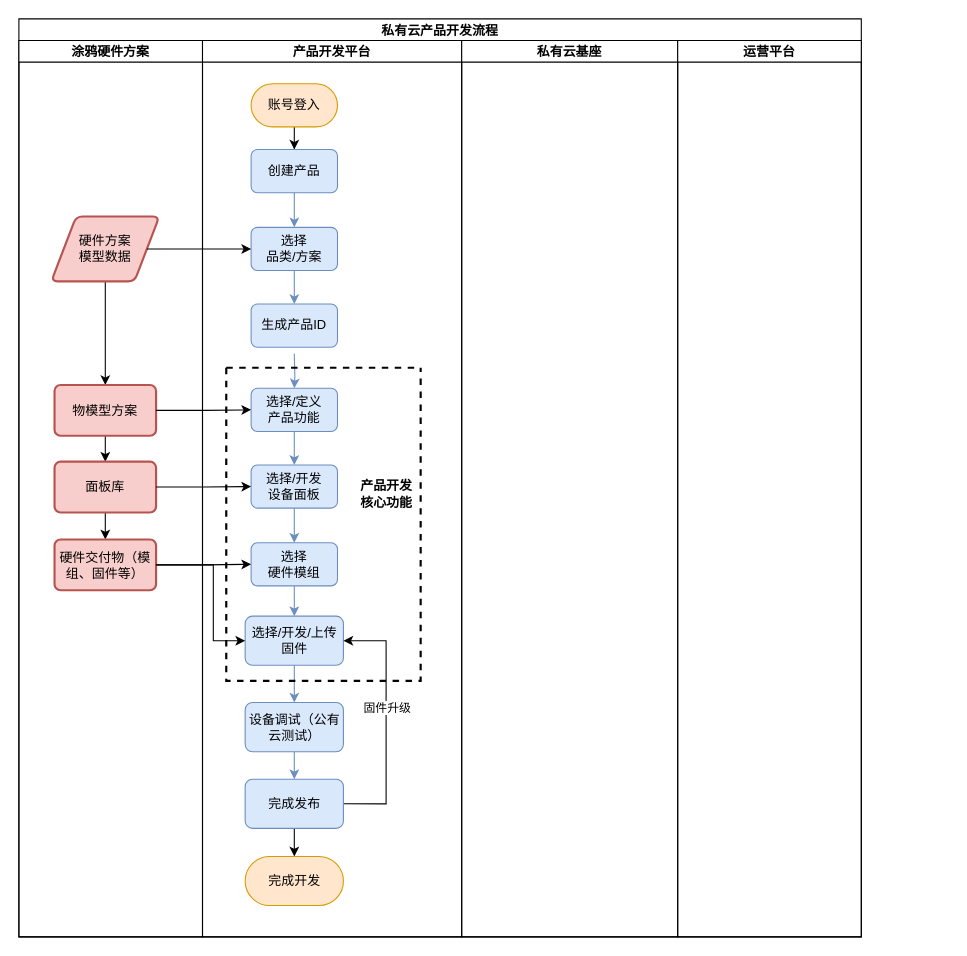
Earlier version of the draw.io diagram Cube_workflow.drawio (Sidamor/drawio). Source tidied: cells renumbered, new cells numbered last; positions are measured from the earlier drawing's top-left corner, leaving out a move shared by most shapes. Both pictures are drawn from the tidied source at 108%, with x=0, y=0 at pixel (18, 18).
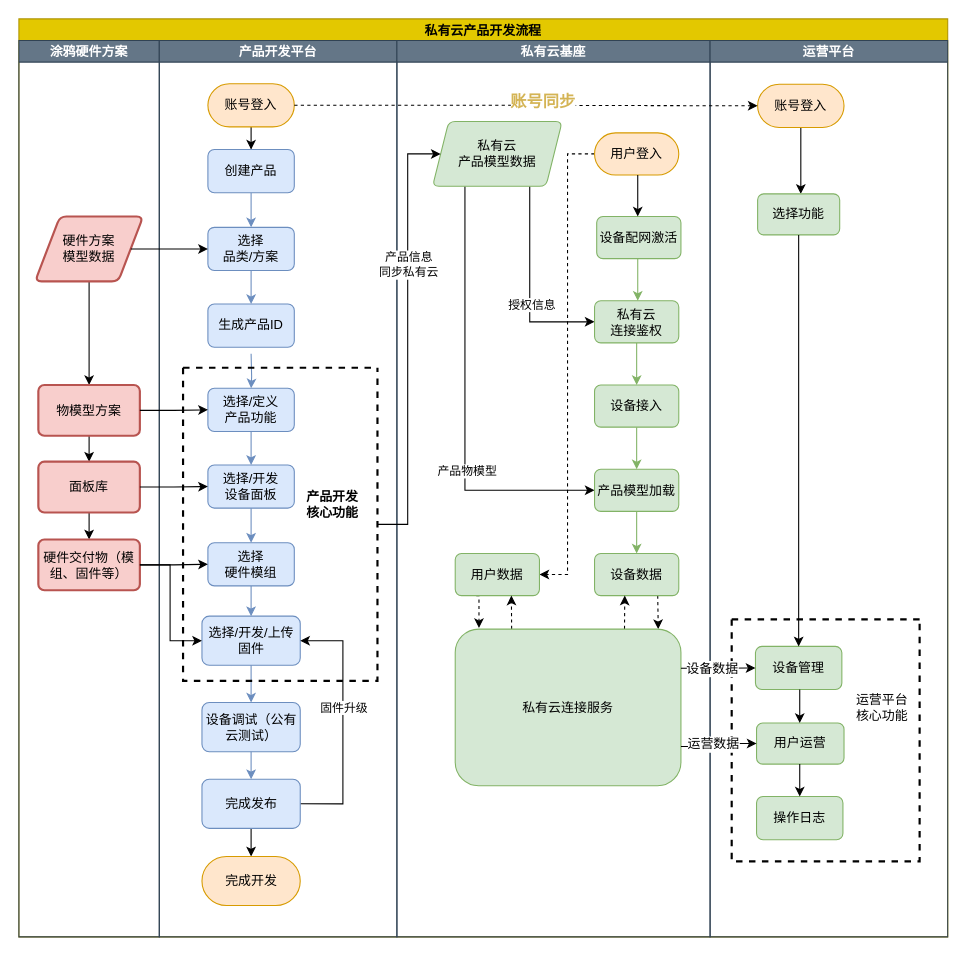
The same diagram, later.

Unchanged cells that the change refers to:
```xml
<mxCell id="13" value="账号登入" style="rounded=1;whiteSpace=wrap;html=1;arcSize=50;fillColor=#ffe6cc;strokeColor=#d79b00;" parent="11" vertex="1">
  <mxGeometry x="45" y="40" width="80" height="40" as="geometry" />
</mxCell>
<mxCell id="26" value="选择/开发/上传固件" style="whiteSpace=wrap;html=1;rounded=1;fillColor=#dae8fc;strokeColor=#6c8ebf;" parent="11" vertex="1">
  <mxGeometry x="39.5" y="533" width="91" height="45.5" as="geometry" />
</mxCell>
<mxCell id="35" style="swimlane;startSize=0;fillColor=none;strokeWidth=2;dashed=1;" parent="11" vertex="1">
  <mxGeometry x="22" y="303" width="180" height="290" as="geometry" />
</mxCell>
```

Change to the diagram source:
```diff
@@
-    <mxCell id="2" value="私有云产品开发流程" style="swimlane;startSize=20;" parent="1" vertex="1">
-      <mxGeometry width="780" height="850" as="geometry" />
+    <mxCell id="2" value="私有云产品开发流程" style="swimlane;startSize=20;fillColor=#e3c800;fontColor=#000000;strokeColor=#B09500;" parent="1" vertex="1">
+      <mxGeometry width="860" height="850" as="geometry" />
     </mxCell>
-    <mxCell id="3" value="涂鸦硬件方案" style="swimlane;startSize=20;" parent="2" vertex="1">
-      <mxGeometry y="20" width="170" height="830" as="geometry" />
+    <mxCell id="3" value="涂鸦硬件方案" style="swimlane;startSize=20;fillColor=#647687;fontColor=#ffffff;strokeColor=#314354;" parent="2" vertex="1">
+      <mxGeometry y="20" width="130" height="830" as="geometry" />
     </mxCell>
@@
     <mxCell id="5" value="硬件方案&lt;br&gt;模型数据" style="shape=parallelogram;html=1;strokeWidth=2;perimeter=parallelogramPerimeter;whiteSpace=wrap;rounded=1;arcSize=12;size=0.23;fillColor=#f8cecc;strokeColor=#b85450;" parent="3" vertex="1">
-      <mxGeometry x="30" y="163" width="100" height="60" as="geometry" />
+      <mxGeometry x="15" y="163" width="100" height="60" as="geometry" />
     </mxCell>
@@
     <mxCell id="7" value="物模型方案" style="whiteSpace=wrap;html=1;strokeWidth=2;rounded=1;arcSize=12;fillColor=#f8cecc;strokeColor=#b85450;" parent="3" vertex="1">
-      <mxGeometry x="33" y="319" width="94" height="47" as="geometry" />
+      <mxGeometry x="18" y="319" width="94" height="47" as="geometry" />
     </mxCell>
@@
     <mxCell id="9" value="面板库" style="whiteSpace=wrap;html=1;strokeWidth=2;rounded=1;arcSize=12;fillColor=#f8cecc;strokeColor=#b85450;" parent="3" vertex="1">
-      <mxGeometry x="33" y="390" width="94" height="47" as="geometry" />
+      <mxGeometry x="18" y="390" width="94" height="47" as="geometry" />
     </mxCell>
     <mxCell id="10" value="硬件交付物（模组、固件等）" style="whiteSpace=wrap;html=1;strokeWidth=2;rounded=1;arcSize=12;fillColor=#f8cecc;strokeColor=#b85450;" parent="3" vertex="1">
-      <mxGeometry x="33" y="462" width="94" height="47" as="geometry" />
+      <mxGeometry x="18" y="462" width="94" height="47" as="geometry" />
     </mxCell>
-    <mxCell id="11" value="产品开发平台" style="swimlane;startSize=20;" parent="2" vertex="1">
-      <mxGeometry x="170" y="20" width="240" height="830" as="geometry" />
+    <mxCell id="11" value="产品开发平台" style="swimlane;startSize=20;fillColor=#647687;fontColor=#ffffff;strokeColor=#314354;" parent="2" vertex="1">
+      <mxGeometry x="130" y="20" width="220" height="830" as="geometry" />
     </mxCell>
@@
+    <mxCell id="43" value="产品开发&lt;br&gt;核心功能" style="text;html=1;align=center;verticalAlign=middle;strokeColor=none;fillColor=none;fontStyle=1;" parent="35" vertex="1">
+      <mxGeometry x="103" y="107" width="70" height="40" as="geometry" />
+    </mxCell>
-    <mxCell id="36" value="私有云基座" style="swimlane;startSize=20;" parent="2" vertex="1">
-      <mxGeometry x="410" y="20" width="200" height="830" as="geometry" />
+    <mxCell id="36" value="私有云基座" style="swimlane;startSize=20;fillColor=#647687;fontColor=#ffffff;strokeColor=#314354;" parent="2" vertex="1">
+      <mxGeometry x="350" y="20" width="290" height="830" as="geometry" />
     </mxCell>
+    <mxCell id="44" style="edgeStyle=elbowEdgeStyle;rounded=0;jettySize=auto;html=1;exitX=0.75;exitY=1;exitDx=0;exitDy=0;" parent="36" edge="1" source="48" target="52">
+      <mxGeometry relative="1" as="geometry">
+        <Array as="points">
+          <mxPoint x="123" y="155" />
+        </Array>
+      </mxGeometry>
+    </mxCell>
+    <mxCell id="45" value="授权信息" style="edgeLabel;html=1;align=center;verticalAlign=middle;" parent="44" vertex="1">
+      <mxGeometry x="0.18" y="1" relative="1" as="geometry" />
+    </mxCell>
+    <mxCell id="46" style="edgeStyle=elbowEdgeStyle;rounded=0;jettySize=auto;html=1;exitX=0.25;exitY=1;exitDx=0;exitDy=0;entryX=0;entryY=0.5;entryDx=0;entryDy=0;" parent="36" edge="1" source="48" target="56">
+      <mxGeometry relative="1" as="geometry">
+        <Array as="points">
+          <mxPoint x="63" y="185" />
+        </Array>
+      </mxGeometry>
+    </mxCell>
+    <mxCell id="47" value="产品物模型" style="edgeLabel;html=1;align=center;verticalAlign=middle;" parent="46" vertex="1">
+      <mxGeometry x="0.31" y="1" relative="1" as="geometry" />
+    </mxCell>
+    <mxCell id="48" value="私有云&lt;br&gt;产品模型数据" style="shape=parallelogram;html=1;strokeWidth=1;perimeter=parallelogramPerimeter;whiteSpace=wrap;rounded=1;arcSize=12;size=0.125;fillColor=#d5e8d4;strokeColor=#82b366;" parent="36" vertex="1">
+      <mxGeometry x="33" y="75" width="120" height="60" as="geometry" />
+    </mxCell>
+    <mxCell id="49" style="edgeStyle=elbowEdgeStyle;rounded=0;jettySize=auto;html=1;exitX=0;exitY=0.5;exitDx=0;exitDy=0;dashed=1;" parent="36" edge="1" source="50" target="60">
+      <mxGeometry relative="1" as="geometry" />
+    </mxCell>
+    <mxCell id="50" value="用户登入" style="rounded=1;whiteSpace=wrap;html=1;strokeWidth=1;fillColor=#ffe6cc;arcSize=50;strokeColor=#d79b00;" parent="36" vertex="1">
+      <mxGeometry x="183" y="85.5" width="78" height="39" as="geometry" />
+    </mxCell>
+    <mxCell id="51" style="edgeStyle=elbowEdgeStyle;rounded=0;jettySize=auto;html=1;fillColor=#d5e8d4;strokeColor=#82b366;" parent="36" edge="1" source="52" target="54">
+      <mxGeometry relative="1" as="geometry" />
+    </mxCell>
+    <mxCell id="52" value="私有云&lt;br&gt;连接鉴权" style="rounded=1;whiteSpace=wrap;html=1;strokeWidth=1;fillColor=#d5e8d4;strokeColor=#82b366;" parent="36" vertex="1">
+      <mxGeometry x="183" y="241" width="78" height="39" as="geometry" />
+    </mxCell>
+    <mxCell id="53" style="edgeStyle=elbowEdgeStyle;rounded=0;jettySize=auto;html=1;fillColor=#d5e8d4;strokeColor=#82b366;" parent="36" edge="1" source="54" target="56">
+      <mxGeometry relative="1" as="geometry" />
+    </mxCell>
+    <mxCell id="54" value="设备接入" style="rounded=1;whiteSpace=wrap;html=1;strokeWidth=1;fillColor=#d5e8d4;strokeColor=#82b366;" parent="36" vertex="1">
+      <mxGeometry x="183" y="319" width="78" height="39" as="geometry" />
+    </mxCell>
+    <mxCell id="55" style="edgeStyle=elbowEdgeStyle;rounded=0;jettySize=auto;html=1;fillColor=#d5e8d4;strokeColor=#82b366;" parent="36" edge="1" source="56" target="58">
+      <mxGeometry relative="1" as="geometry" />
+    </mxCell>
+    <mxCell id="56" value="产品模型加载" style="rounded=1;whiteSpace=wrap;html=1;strokeWidth=1;fillColor=#d5e8d4;strokeColor=#82b366;" parent="36" vertex="1">
+      <mxGeometry x="183" y="397" width="78" height="39" as="geometry" />
+    </mxCell>
+    <mxCell id="57" style="edgeStyle=elbowEdgeStyle;rounded=0;jettySize=auto;html=1;exitX=0.75;exitY=1;exitDx=0;exitDy=0;entryX=0.904;entryY=0;entryDx=0;entryDy=0;entryPerimeter=0;dashed=1;" parent="36" edge="1" source="58" target="63">
+      <mxGeometry relative="1" as="geometry" />
+    </mxCell>
+    <mxCell id="58" value="设备数据" style="rounded=1;whiteSpace=wrap;html=1;strokeWidth=1;fillColor=#d5e8d4;strokeColor=#82b366;" parent="36" vertex="1">
+      <mxGeometry x="183" y="475" width="78" height="39" as="geometry" />
+    </mxCell>
+    <mxCell id="59" style="edgeStyle=elbowEdgeStyle;rounded=0;jettySize=auto;html=1;exitX=0.25;exitY=1;exitDx=0;exitDy=0;entryX=0.105;entryY=-0.007;entryDx=0;entryDy=0;entryPerimeter=0;dashed=1;" parent="36" edge="1" source="60" target="63">
+      <mxGeometry relative="1" as="geometry">
+        <Array as="points">
+          <mxPoint x="76" y="535" />
+        </Array>
+      </mxGeometry>
+    </mxCell>
+    <mxCell id="60" value="用户数据" style="rounded=1;whiteSpace=wrap;html=1;strokeWidth=1;fillColor=#d5e8d4;strokeColor=#82b366;" parent="36" vertex="1">
+      <mxGeometry x="54" y="475" width="78" height="39" as="geometry" />
+    </mxCell>
+    <mxCell id="61" style="edgeStyle=elbowEdgeStyle;rounded=0;jettySize=auto;html=1;exitX=0.75;exitY=0;exitDx=0;exitDy=0;dashed=1;" parent="36" edge="1" source="63" target="58">
+      <mxGeometry relative="1" as="geometry" />
+    </mxCell>
+    <mxCell id="62" style="edgeStyle=elbowEdgeStyle;rounded=0;jettySize=auto;html=1;exitX=0.25;exitY=0;exitDx=0;exitDy=0;dashed=1;" parent="36" edge="1" source="63" target="60">
+      <mxGeometry relative="1" as="geometry" />
+    </mxCell>
+    <mxCell id="63" value="私有云连接服务" style="rounded=1;whiteSpace=wrap;html=1;strokeWidth=1;fillColor=#d5e8d4;strokeColor=#82b366;" parent="36" vertex="1">
+      <mxGeometry x="54" y="545" width="209" height="145" as="geometry" />
+    </mxCell>
+    <mxCell id="64" value="设备配网激活" style="rounded=1;whiteSpace=wrap;html=1;strokeWidth=1;fillColor=#d5e8d4;strokeColor=#82b366;" parent="36" vertex="1">
+      <mxGeometry x="185" y="163" width="78" height="39" as="geometry" />
+    </mxCell>
+    <mxCell id="65" style="edgeStyle=elbowEdgeStyle;rounded=0;jettySize=auto;html=1;" parent="36" edge="1" source="50" target="64">
+      <mxGeometry relative="1" as="geometry" />
+    </mxCell>
+    <mxCell id="66" style="edgeStyle=elbowEdgeStyle;rounded=0;jettySize=auto;html=1;fillColor=#d5e8d4;strokeColor=#82b366;" parent="36" edge="1" source="64" target="52">
+      <mxGeometry relative="1" as="geometry" />
+    </mxCell>
-    <mxCell id="37" value="运营平台" style="swimlane;startSize=20;" parent="2" vertex="1">
-      <mxGeometry x="610" y="20" width="170" height="830" as="geometry" />
+    <mxCell id="37" value="运营平台" style="swimlane;startSize=20;fillColor=#647687;fontColor=#ffffff;strokeColor=#314354;" parent="2" vertex="1">
+      <mxGeometry x="640" y="20" width="220" height="830" as="geometry" />
     </mxCell>
+    <mxCell id="67" style="edgeStyle=elbowEdgeStyle;rounded=0;jettySize=auto;html=1;exitX=0.5;exitY=1;exitDx=0;exitDy=0;fontSize=15;fontColor=#D4B455;" parent="37" edge="1" source="68" target="69">
+      <mxGeometry relative="1" as="geometry" />
+    </mxCell>
+    <mxCell id="68" value="账号登入" style="rounded=1;whiteSpace=wrap;html=1;arcSize=50;fillColor=#ffe6cc;strokeColor=#d79b00;fontSize=12;" parent="37" vertex="1">
+      <mxGeometry x="44" y="40.5" width="80" height="40" as="geometry" />
+    </mxCell>
+    <mxCell id="69" value="&lt;font color=&quot;#000000&quot; style=&quot;font-size: 12px;&quot;&gt;选择功能&lt;/font&gt;" style="rounded=1;whiteSpace=wrap;html=1;fontSize=12;strokeWidth=1;fillColor=#d5e8d4;strokeColor=#82b366;" parent="37" vertex="1">
+      <mxGeometry x="44" y="142" width="76" height="38" as="geometry" />
+    </mxCell>
+    <mxCell id="70" value="&lt;font color=&quot;#000000&quot; style=&quot;font-size: 12px;&quot;&gt;设备管理&lt;/font&gt;" style="rounded=1;whiteSpace=wrap;html=1;fontSize=12;strokeWidth=1;fillColor=#d5e8d4;strokeColor=#82b366;" parent="37" vertex="1">
+      <mxGeometry x="42" y="561" width="80" height="40" as="geometry" />
+    </mxCell>
+    <mxCell id="71" style="edgeStyle=elbowEdgeStyle;rounded=0;jettySize=auto;html=1;fontSize=15;fontColor=#000000;" parent="37" edge="1" source="69" target="70">
+      <mxGeometry relative="1" as="geometry" />
+    </mxCell>
+    <mxCell id="72" value="&lt;font color=&quot;#000000&quot; style=&quot;font-size: 12px;&quot;&gt;操作日志&lt;/font&gt;" style="rounded=1;whiteSpace=wrap;html=1;fontSize=12;strokeWidth=1;fillColor=#d5e8d4;strokeColor=#82b366;" parent="37" vertex="1">
+      <mxGeometry x="43" y="700" width="80" height="40" as="geometry" />
+    </mxCell>
+    <mxCell id="73" value="&lt;font color=&quot;#000000&quot; style=&quot;font-size: 12px;&quot;&gt;用户运营&lt;/font&gt;" style="rounded=1;whiteSpace=wrap;html=1;fontSize=12;strokeWidth=1;fillColor=#d5e8d4;strokeColor=#82b366;" parent="37" vertex="1">
+      <mxGeometry x="43" y="632" width="81" height="38" as="geometry" />
+    </mxCell>
+    <mxCell id="74" style="edgeStyle=elbowEdgeStyle;rounded=0;jettySize=auto;html=1;fontSize=15;fontColor=#000000;" parent="37" edge="1" source="70" target="73">
+      <mxGeometry relative="1" as="geometry" />
+    </mxCell>
+    <mxCell id="75" style="edgeStyle=elbowEdgeStyle;rounded=0;jettySize=auto;html=1;fontSize=15;fontColor=#000000;" parent="37" edge="1" source="73" target="72">
+      <mxGeometry relative="1" as="geometry" />
+    </mxCell>
+    <mxCell id="76" style="swimlane;startSize=0;fontSize=12;fontColor=#000000;strokeWidth=2;fillColor=none;dashed=1;" parent="37" vertex="1">
+      <mxGeometry x="20" y="536" width="174" height="224" as="geometry" />
+    </mxCell>
+    <mxCell id="77" value="运营平台&lt;br&gt;核心功能" style="text;html=1;align=center;verticalAlign=middle;strokeColor=none;fillColor=none;fontSize=12;fontColor=#000000;" parent="76" vertex="1">
+      <mxGeometry x="104" y="61.5" width="70" height="40" as="geometry" />
+    </mxCell>
@@
     <mxCell id="41" style="edgeStyle=orthogonalEdgeStyle;rounded=0;jettySize=auto;html=1;entryX=0;entryY=0.5;entryDx=0;entryDy=0;" parent="2" edge="1" source="10" target="26">
       <mxGeometry relative="1" as="geometry">
         <Array as="points">
-          <mxPoint x="180" y="506" />
-          <mxPoint x="180" y="576" />
+          <mxPoint x="140" y="506" />
+          <mxPoint x="140" y="576" />
         </Array>
       </mxGeometry>
     </mxCell>
@@
-    <mxCell id="43" value="产品开发&lt;br&gt;核心功能" style="text;html=1;align=center;verticalAlign=middle;strokeColor=none;fillColor=none;fontStyle=1;" parent="1" vertex="1">
-      <mxGeometry x="305" y="420" width="70" height="40" as="geometry" />
-    </mxCell>
+    <mxCell id="78" style="rounded=0;jettySize=auto;html=1;exitX=1;exitY=0.5;exitDx=0;exitDy=0;edgeStyle=elbowEdgeStyle;entryX=0;entryY=0.5;entryDx=0;entryDy=0;" parent="2" edge="1" source="35" target="48">
+      <mxGeometry relative="1" as="geometry">
+        <Array as="points">
+          <mxPoint x="360" y="270" />
+          <mxPoint x="380" y="180" />
+          <mxPoint x="400" y="200" />
+          <mxPoint x="440" y="130" />
+        </Array>
+      </mxGeometry>
+    </mxCell>
+    <mxCell id="79" value="产品信息&lt;br&gt;同步私有云" style="edgeLabel;html=1;align=center;verticalAlign=middle;" parent="78" vertex="1">
+      <mxGeometry x="0.34" relative="1" as="geometry" />
+    </mxCell>
+    <mxCell id="80" style="edgeStyle=elbowEdgeStyle;rounded=0;jettySize=auto;html=1;dashed=1;" parent="2" edge="1" source="13" target="68">
+      <mxGeometry relative="1" as="geometry" />
+    </mxCell>
+    <mxCell id="81" value="账号同步" style="edgeLabel;html=1;align=center;verticalAlign=middle;fontSize=15;fontStyle=1;fontColor=#D4B455;" parent="80" vertex="1">
+      <mxGeometry x="0.07" y="5" relative="1" as="geometry" />
+    </mxCell>
+    <mxCell id="82" style="edgeStyle=elbowEdgeStyle;rounded=0;jettySize=auto;html=1;exitX=1;exitY=0.25;exitDx=0;exitDy=0;entryX=0;entryY=0.5;entryDx=0;entryDy=0;fontSize=12;fontColor=#000000;" parent="2" edge="1" source="63" target="70">
+      <mxGeometry relative="1" as="geometry" />
+    </mxCell>
+    <mxCell id="83" value="设备数据" style="edgeLabel;html=1;align=center;verticalAlign=middle;fontSize=12;fontColor=#000000;" parent="82" vertex="1">
+      <mxGeometry x="-0.33" relative="1" as="geometry">
+        <mxPoint x="5" as="offset" />
+      </mxGeometry>
+    </mxCell>
+    <mxCell id="84" style="edgeStyle=elbowEdgeStyle;rounded=0;jettySize=auto;html=1;exitX=1;exitY=0.75;exitDx=0;exitDy=0;entryX=0;entryY=0.5;entryDx=0;entryDy=0;fontSize=12;fontColor=#000000;" parent="2" edge="1" source="63" target="73">
+      <mxGeometry relative="1" as="geometry" />
+    </mxCell>
+    <mxCell id="85" value="运营数据" style="edgeLabel;html=1;align=center;verticalAlign=middle;fontSize=12;fontColor=#000000;" parent="84" vertex="1">
+      <mxGeometry x="0.34" y="2" relative="1" as="geometry">
+        <mxPoint x="-17" y="2" as="offset" />
+      </mxGeometry>
+    </mxCell>
```
